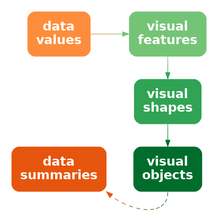
Above: Diagrams/data-vis-shape-obj.png in pmur002/hdvw (Graphviz), before the change. Its source is kept beside it as Diagrams/data-vis-shape-obj.dot.
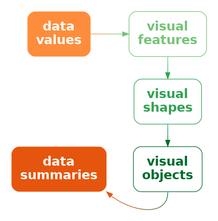
The same file after the commit.

What changed in the source:
```diff
@@ -4,15 +4,15 @@
   data [ label="data\nvalues"; shape=box; style="filled, rounded"; penwidth=0; fontcolor=white; fillcolor="#FD8D3C" ]
   stat [ label="data\nsummaries"; shape=box; style="filled, rounded"; penwidth=0; fontcolor=white; fillcolor="#E6550D" ]
   vis [ label="visual\nfeatures"; shape=box;
-     style="filled, rounded"; penwidth=0; fontcolor=white; fillcolor="#74C476" ]
+     style="rounded"; color="#74C476"; fontcolor="#74C476" ]
   shape [ label="visual\nshapes"; shape=box;
-       style="filled, rounded"; penwidth=0; fontcolor=white; fillcolor="#31A354" ]
+       style="rounded"; color="#31A354"; fontcolor="#31A354" ]
   obj [ label="visual\nobjects"; shape=box;
-     style="filled, rounded"; penwidth=0; fontcolor=white; fillcolor="#006D2C" ]
-  data -> vis [ color="#FD8D3C;0.1:#EE9342;0.1:#DF9949;0.1:#CF9F4F;0.1:#C0A556;0.1:#B1AC5C;0.1:#A2B263;0.1:#92B869;0.1:#83BE70;0.1:#74C476;0.1" ]
-  vis -> shape [ color="#74C476;0.1:#6DC072;0.1:#65BD6E;0.1:#5EB96B;0.1:#56B567;0.1:#4FB263;0.1:#47AE5F;0.1:#40AA5C;0.1:#38A758;0.1:#31A354;0.1" ]
-  shape -> obj [ color="#31A354;0.1:#2C9D50;0.1:#26974B;0.1:#219147;0.1:#1B8B42;0.1:#16853E;0.1:#107F39;0.1:#0B7935;0.1:#057330;0.1:#006D2C;0.1" ]
-  obj:s -> stat:se [ style="dashed", color="#006D2C;0.1:#1A6A29;0.1:#336825;0.1:#4D6522;0.1:#66621E;0.1:#80601B;0.1:#995D17;0.1:#B35A14;0.1:#CC5810;0.1:#E6550D;0.1" ]
+     style="rounded"; color="#006D2C"; fontcolor="#006D2C" ]
+  data -> vis [ style="bold"; penwidth=1; color="#FD8D3C;0.1:#EE9342;0.1:#DF9949;0.1:#CF9F4F;0.1:#C0A556;0.1:#B1AC5C;0.1:#A2B263;0.1:#92B869;0.1:#83BE70;0.1:#74C476;0.1" ]
+  vis -> shape [ style="solid", color="#74C476;0.1:#6DC072;0.1:#65BD6E;0.1:#5EB96B;0.1:#56B567;0.1:#4FB263;0.1:#47AE5F;0.1:#40AA5C;0.1:#38A758;0.1:#31A354;0.1" ]
+  shape -> obj [ style="solid", color="#31A354;0.1:#2C9D50;0.1:#26974B;0.1:#219147;0.1:#1B8B42;0.1:#16853E;0.1:#107F39;0.1:#0B7935;0.1:#057330;0.1:#006D2C;0.1" ]
+  obj:s -> stat:se [ style="solid", color="#006D2C;0.1:#1A6A29;0.1:#336825;0.1:#4D6522;0.1:#66621E;0.1:#80601B;0.1:#995D17;0.1:#B35A14;0.1:#CC5810;0.1:#E6550D;0.1" ]
 { rank=same; data, stat }
 { rank=same; vis, shape, obj }
 }
```
